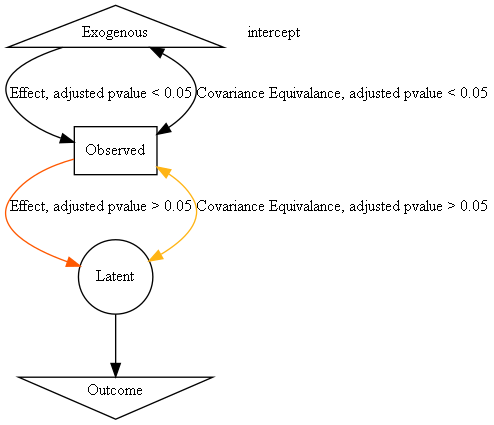
Before: notebooks/Ledgend.gv.png, a diagram exported from Graphviz (elikling/FDCR_causality). Its source is kept beside it as notebooks/Ledgend.gv.
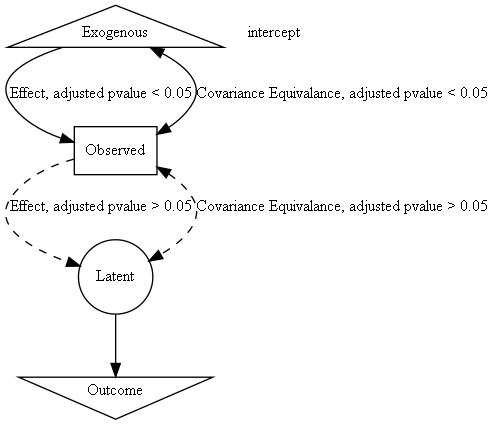
Above is the later version.

Change to the diagram source:
```diff
@@ -20,8 +20,8 @@
 	node [color=white]
 	intercept
 	Exogenous -> Observed [label="Effect, adjusted pvalue < 0.05" color=black]
-	Observed -> Latent [label="Effect, adjusted pvalue > 0.05" color="#FF5800"]
+	Observed -> Latent [label="Effect, adjusted pvalue > 0.05" color=black style=dashed]
 	Exogenous -> Observed [label="Covariance Equivalance, adjusted pvalue < 0.05" color=black dir=both]
-	Observed -> Latent [label="Covariance Equivalance, adjusted pvalue > 0.05" color="#FFB414" dir=both]
+	Observed -> Latent [label="Covariance Equivalance, adjusted pvalue > 0.05" color=black dir=both style=dashed]
 	Latent -> Outcome [label="" color=black]
 }
```
